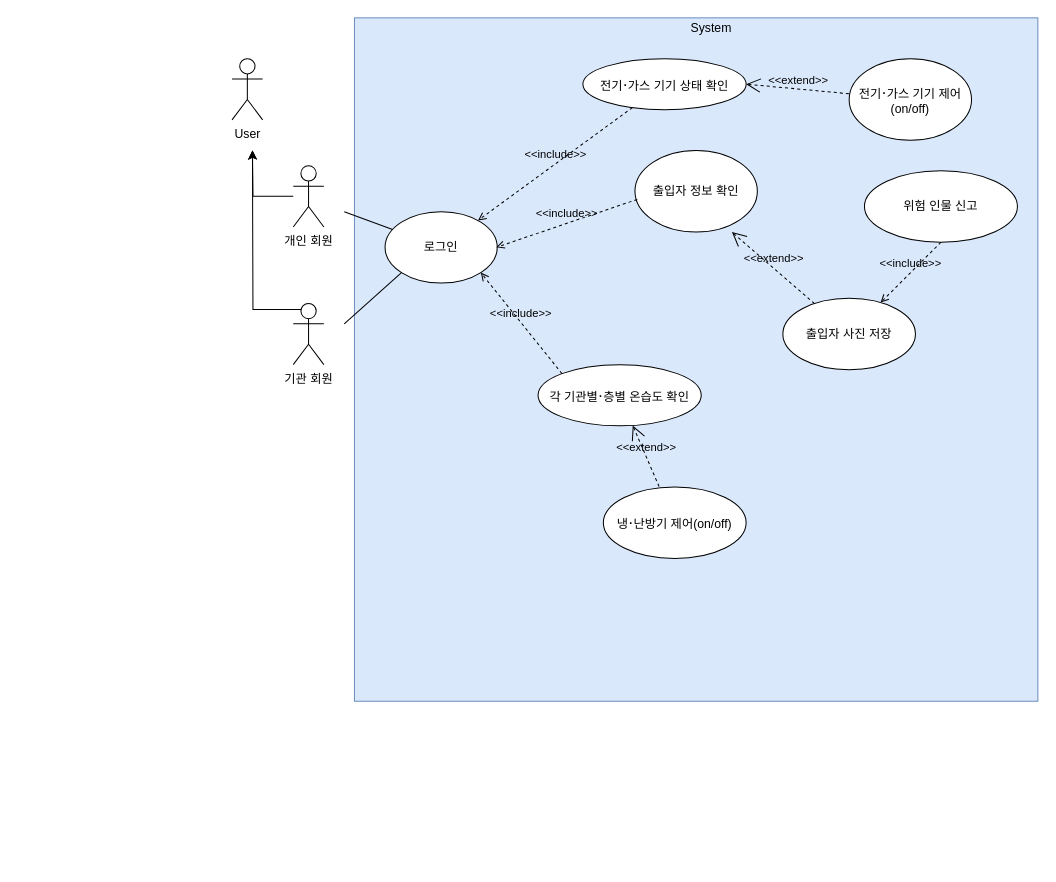
gustn2870/2020_KOSTA keeps this draw.io diagram as Use Case Diagram.drawio. Above is the earlier version. Source tidied: cells renumbered, new cells numbered last; positions are measured from the earlier drawing's top-left corner, leaving out a move shared by most shapes. Both pictures are drawn from the tidied source at 102%, with x=0, y=0 at pixel (232, 17).
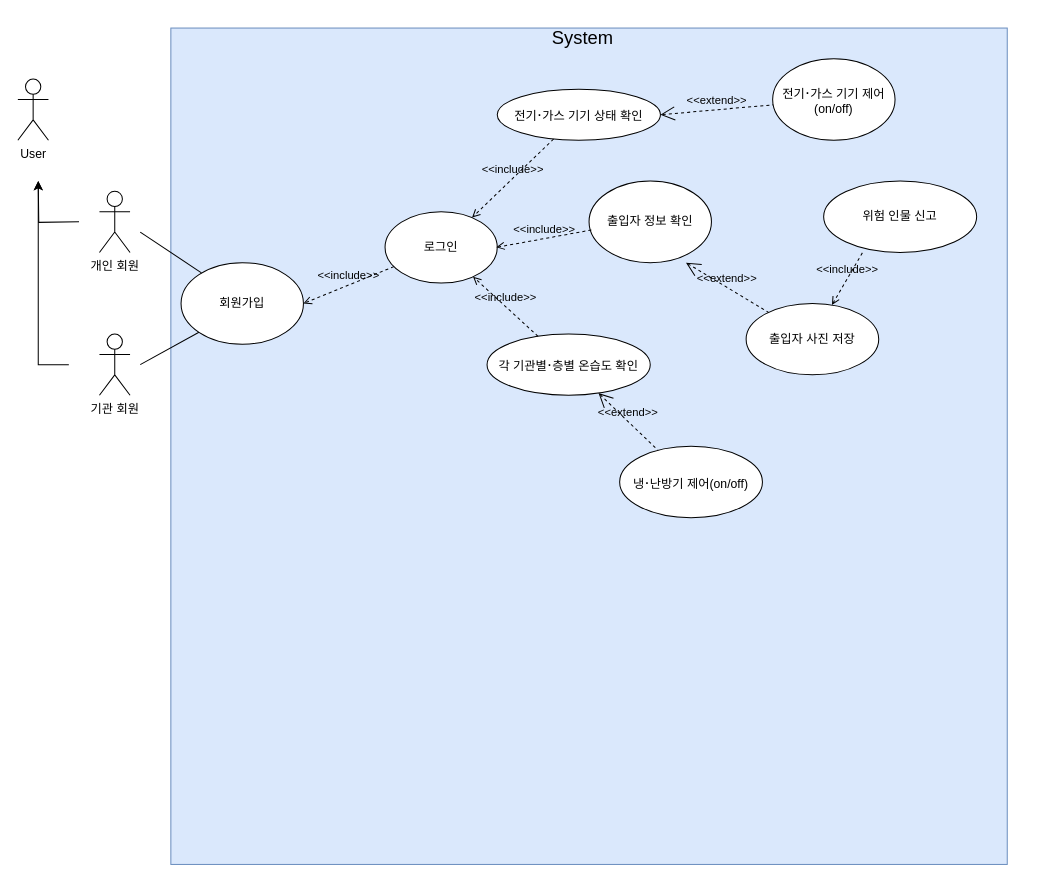
The same diagram, later.

The change refers to these unchanged cells:
```xml
<mxCell id="9" value="로그인" style="ellipse;whiteSpace=wrap;html=1;" parent="1" vertex="1">
  <mxGeometry x="150" y="190" width="110" height="70" as="geometry" />
</mxCell>
```

What changed in the source:
```diff
@@
     <mxCell id="2" style="whiteSpace=wrap;html=1;fillColor=#dae8fc;strokeColor=#6c8ebf;" parent="1" vertex="1">
-      <mxGeometry x="120" width="670" height="670" as="geometry" />
+      <mxGeometry x="-60" y="10" width="820" height="820" as="geometry" />
     </mxCell>
     <mxCell id="3" value="User" style="shape=umlActor;verticalLabelPosition=bottom;verticalAlign=top;html=1;" parent="1" vertex="1">
-      <mxGeometry y="40" width="30" height="60" as="geometry" />
+      <mxGeometry x="-210" y="60" width="30" height="60" as="geometry" />
     </mxCell>
-    <mxCell id="4" style="edgeStyle=orthogonalEdgeStyle;rounded=0;jettySize=auto;html=1;" parent="1" edge="1" source="5">
+    <mxCell id="4" style="edgeStyle=orthogonalEdgeStyle;rounded=0;orthogonalLoop=1;jettySize=auto;html=1;" parent="1" edge="1">
       <mxGeometry relative="1" as="geometry">
-        <mxPoint x="20" y="130" as="targetPoint" />
+        <mxPoint x="-150" y="200" as="sourcePoint" />
+        <mxPoint x="-190" y="160" as="targetPoint" />
       </mxGeometry>
     </mxCell>
     <mxCell id="5" value="개인 회원" style="shape=umlActor;verticalLabelPosition=bottom;verticalAlign=top;html=1;outlineConnect=0;" parent="1" vertex="1">
-      <mxGeometry x="60" y="145" width="30" height="60" as="geometry" />
+      <mxGeometry x="-130" y="170" width="30" height="60" as="geometry" />
     </mxCell>
-    <mxCell id="6" style="edgeStyle=orthogonalEdgeStyle;rounded=0;jettySize=auto;html=1;exitX=0.75;exitY=0.1;exitDx=0;exitDy=0;exitPerimeter=0;" parent="1" edge="1" source="7">
+    <mxCell id="6" style="edgeStyle=orthogonalEdgeStyle;rounded=0;orthogonalLoop=1;jettySize=auto;html=1;" parent="1" edge="1">
       <mxGeometry relative="1" as="geometry">
-        <mxPoint x="20" y="130" as="targetPoint" />
+        <mxPoint x="-160" y="340" as="sourcePoint" />
+        <mxPoint x="-190" y="160" as="targetPoint" />
+        <Array as="points">
+          <mxPoint x="-160" y="340" />
+          <mxPoint x="-190" y="340" />
+        </Array>
       </mxGeometry>
     </mxCell>
     <mxCell id="7" value="기관 회원" style="shape=umlActor;verticalLabelPosition=bottom;verticalAlign=top;html=1;outlineConnect=0;" parent="1" vertex="1">
-      <mxGeometry x="60" y="280" width="30" height="60" as="geometry" />
+      <mxGeometry x="-130" y="310" width="30" height="60" as="geometry" />
     </mxCell>
-    <mxCell id="8" value="System&lt;br&gt;" style="text;html=1;strokeColor=none;fillColor=none;align=center;verticalAlign=middle;whiteSpace=wrap;rounded=0;" parent="1" vertex="1">
-      <mxGeometry x="450" width="40" height="20" as="geometry" />
+    <mxCell id="8" value="&lt;font style=&quot;font-size: 18px&quot;&gt;System&lt;/font&gt;" style="text;html=1;strokeColor=none;fillColor=none;align=center;verticalAlign=middle;whiteSpace=wrap;rounded=0;" parent="1" vertex="1">
+      <mxGeometry x="324" y="10" width="40" height="20" as="geometry" />
     </mxCell>
@@
     <mxCell id="10" value="전기&lt;span style=&quot;font-family: &amp;#34;맑은 고딕&amp;#34; ; font-size: 12pt ; letter-spacing: 0pt&quot;&gt;·&lt;/span&gt;&lt;span&gt;가스 기기 상태 확인&lt;/span&gt;" style="ellipse;whiteSpace=wrap;html=1;" parent="1" vertex="1">
-      <mxGeometry x="344" y="40" width="160" height="50" as="geometry" />
+      <mxGeometry x="260" y="70" width="160" height="50" as="geometry" />
     </mxCell>
     <mxCell id="11" value="각 기관별&lt;span style=&quot;font-family: &amp;#34;맑은 고딕&amp;#34; ; font-size: 12pt ; letter-spacing: 0pt&quot;&gt;·&lt;/span&gt;&lt;span&gt;층별 온습도 확인&lt;/span&gt;" style="ellipse;whiteSpace=wrap;html=1;" parent="1" vertex="1">
-      <mxGeometry x="300" y="340" width="160" height="60" as="geometry" />
+      <mxGeometry x="250" y="310" width="160" height="60" as="geometry" />
     </mxCell>
     <mxCell id="12" value="냉&lt;span style=&quot;font-family: &amp;#34;맑은 고딕&amp;#34; ; font-size: 12pt ; letter-spacing: 0pt&quot;&gt;·&lt;/span&gt;&lt;span&gt;난방기 제어(on/off)&lt;/span&gt;" style="ellipse;whiteSpace=wrap;html=1;" parent="1" vertex="1">
-      <mxGeometry x="364" y="460" width="140" height="70" as="geometry" />
+      <mxGeometry x="380" y="420" width="140" height="70" as="geometry" />
     </mxCell>
     <mxCell id="13" value="전기&lt;span style=&quot;font-family: &amp;#34;맑은 고딕&amp;#34; ; font-size: 12pt ; letter-spacing: 0pt&quot;&gt;·&lt;/span&gt;&lt;span&gt;가스 기기 제어(on/off)&lt;/span&gt;" style="ellipse;whiteSpace=wrap;html=1;" parent="1" vertex="1">
-      <mxGeometry x="605" y="40" width="120" height="80" as="geometry" />
+      <mxGeometry x="530" y="40" width="120" height="80" as="geometry" />
     </mxCell>
-    <mxCell id="14" style="endArrow=none;html=1;" parent="1" edge="1" target="9">
-      <mxGeometry relative="1" as="geometry">
-        <mxPoint x="110" y="190" as="sourcePoint" />
-      </mxGeometry>
-    </mxCell>
-    <mxCell id="15" style="endArrow=none;html=1;entryX=0;entryY=1;entryDx=0;entryDy=0;" parent="1" edge="1" target="9">
-      <mxGeometry relative="1" as="geometry">
-        <mxPoint x="110" y="300" as="sourcePoint" />
-      </mxGeometry>
-    </mxCell>
     <mxCell id="16" value="출입자 정보 확인" style="ellipse;whiteSpace=wrap;html=1;" parent="1" vertex="1">
-      <mxGeometry x="395" y="130" width="120" height="80" as="geometry" />
+      <mxGeometry x="350" y="160" width="120" height="80" as="geometry" />
     </mxCell>
     <mxCell id="17" value="위험 인물 신고" style="ellipse;whiteSpace=wrap;html=1;" parent="1" vertex="1">
-      <mxGeometry x="620" y="150" width="150" height="70" as="geometry" />
+      <mxGeometry x="580" y="160" width="150" height="70" as="geometry" />
     </mxCell>
@@
-    <mxCell id="22" value="&amp;lt;&amp;lt;include&amp;gt;&amp;gt;" style="edgeStyle=none;html=1;endArrow=open;verticalAlign=bottom;dashed=1;labelBackgroundColor=none;entryX=1;entryY=1;entryDx=0;entryDy=0;exitX=0;exitY=0;exitDx=0;exitDy=0;" parent="1" edge="1" source="11" target="9">
+    <mxCell id="22" value="&amp;lt;&amp;lt;include&amp;gt;&amp;gt;" style="edgeStyle=none;html=1;endArrow=open;verticalAlign=bottom;dashed=1;labelBackgroundColor=none;" parent="1" edge="1" source="11" target="9">
       <mxGeometry relative="1" as="geometry" />
     </mxCell>
-    <mxCell id="23" value="&amp;lt;&amp;lt;include&amp;gt;&amp;gt;" style="edgeStyle=none;html=1;endArrow=open;verticalAlign=bottom;dashed=1;labelBackgroundColor=none;exitX=0.5;exitY=1;exitDx=0;exitDy=0;" parent="1" edge="1" source="17" target="24">
+    <mxCell id="23" value="&amp;lt;&amp;lt;include&amp;gt;&amp;gt;" style="edgeStyle=none;html=1;endArrow=open;verticalAlign=bottom;dashed=1;labelBackgroundColor=none;exitX=0.253;exitY=1.006;exitDx=0;exitDy=0;exitPerimeter=0;" parent="1" edge="1" source="17" target="24">
       <mxGeometry relative="1" as="geometry" />
     </mxCell>
     <mxCell id="24" value="출입자 사진 저장" style="ellipse;whiteSpace=wrap;html=1;" parent="1" vertex="1">
-      <mxGeometry x="540" y="275" width="130" height="70" as="geometry" />
+      <mxGeometry x="504" y="280" width="130" height="70" as="geometry" />
     </mxCell>
@@
+    <mxCell id="26" value="회원가입" style="ellipse;whiteSpace=wrap;html=1;" parent="1" vertex="1">
+      <mxGeometry x="-50" y="240" width="120" height="80" as="geometry" />
+    </mxCell>
+    <mxCell id="27" value="&amp;lt;&amp;lt;include&amp;gt;&amp;gt;" style="edgeStyle=none;html=1;endArrow=open;verticalAlign=bottom;dashed=1;labelBackgroundColor=none;entryX=1;entryY=0.5;entryDx=0;entryDy=0;" parent="1" edge="1" source="9" target="26">
+      <mxGeometry relative="1" as="geometry" />
+    </mxCell>
+    <mxCell id="28" style="endArrow=none;html=1;" parent="1" edge="1">
+      <mxGeometry relative="1" as="geometry">
+        <mxPoint x="-30" y="250" as="sourcePoint" />
+        <mxPoint x="-90" y="210" as="targetPoint" />
+      </mxGeometry>
+    </mxCell>
+    <mxCell id="29" style="endArrow=none;html=1;entryX=0;entryY=1;entryDx=0;entryDy=0;" parent="1" edge="1" target="26">
+      <mxGeometry relative="1" as="geometry">
+        <mxPoint x="-90" y="340" as="sourcePoint" />
+      </mxGeometry>
+    </mxCell>
```
